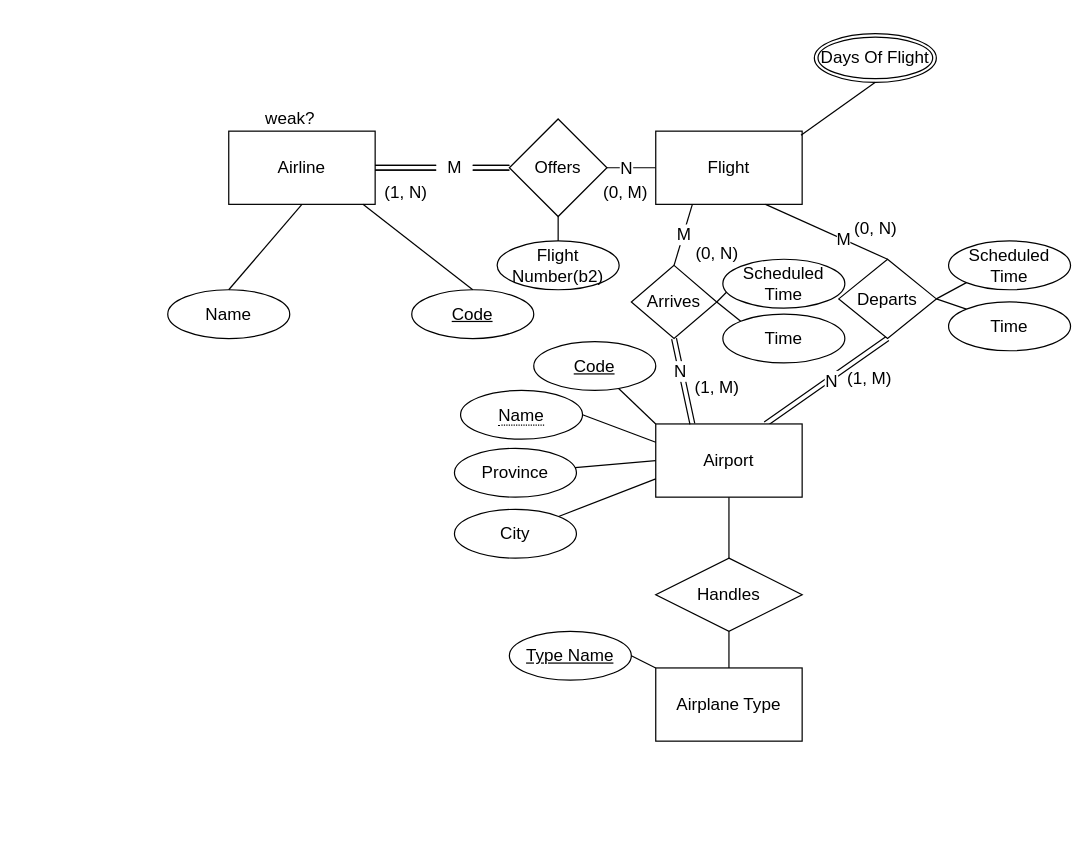
Before: diagrams/AirlineDatabase.drawio in danielGoldsteinCS2021/AirlineDatabase-ER-Diagram, a draw.io diagram. Source tidied: cells renumbered, new cells numbered last; positions are measured from the earlier drawing's top-left corner, leaving out a move shared by most shapes. Both pictures are drawn from the tidied source at 122%, with x=0, y=0 at pixel (167, 33).
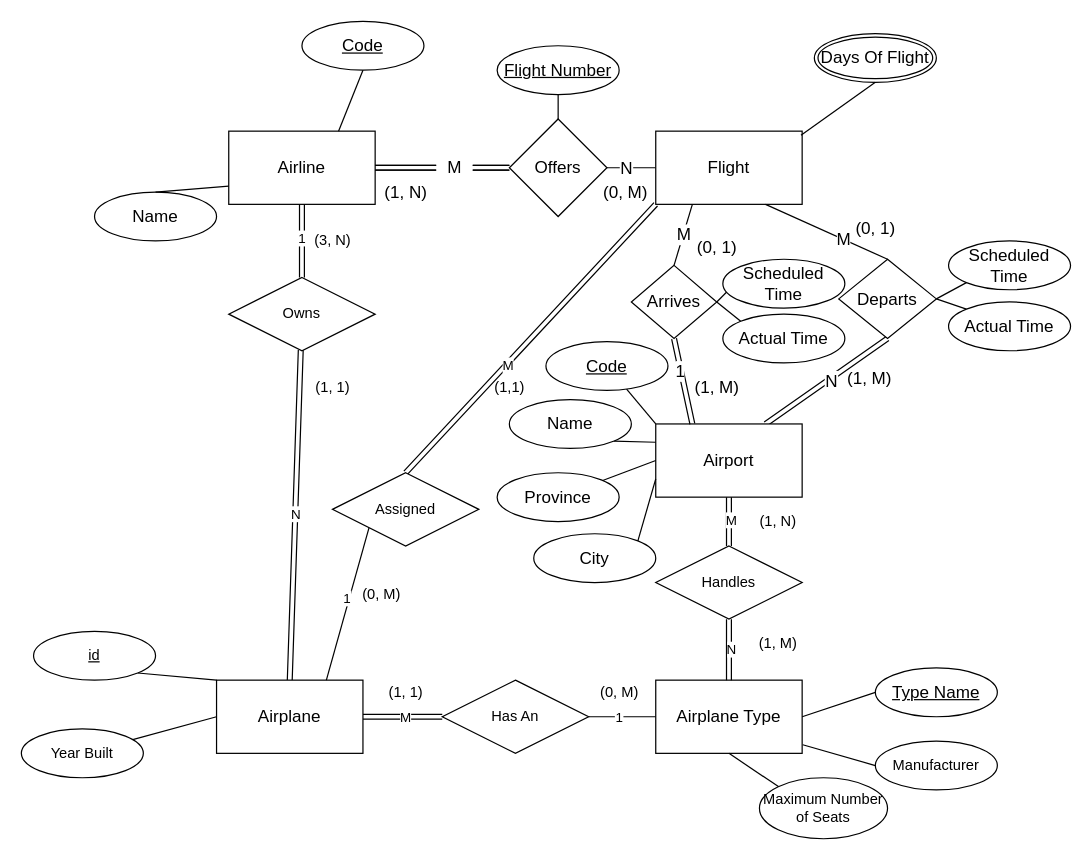
The same page after the edit.

The change refers to these unchanged cells:
```xml
<mxCell id="2" value="Airline" style="whiteSpace=wrap;html=1;align=center;fontSize=14;" parent="1" vertex="1">
  <mxGeometry x="50" y="80" width="120" height="60" as="geometry" />
</mxCell>
<mxCell id="9" value="&lt;div&gt;Offers&lt;/div&gt;" style="rhombus;whiteSpace=wrap;html=1;fontSize=14;" parent="1" vertex="1">
  <mxGeometry x="280" y="70" width="80" height="80" as="geometry" />
</mxCell>
<mxCell id="11" value="Flight" style="whiteSpace=wrap;html=1;align=center;fontSize=14;" parent="1" vertex="1">
  <mxGeometry x="400" y="80" width="120" height="60" as="geometry" />
</mxCell>
<mxCell id="36" value="Airport" style="whiteSpace=wrap;html=1;align=center;fontSize=14;" parent="1" vertex="1">
  <mxGeometry x="400" y="320" width="120" height="60" as="geometry" />
</mxCell>
<mxCell id="37" style="endArrow=none;html=1;rounded=0;fontSize=14;entryX=0.25;entryY=0;entryDx=0;entryDy=0;exitX=0.5;exitY=1;exitDx=0;exitDy=0;shape=link;" parent="1" edge="1" source="16" target="36">
  <mxGeometry relative="1" as="geometry" />
</mxCell>
```

What changed in the source:
```diff
@@
+    <mxCell id="60" style="edgeStyle=none;shape=link;rounded=0;jettySize=auto;html=1;" parent="1" edge="1" source="2" target="75">
+      <mxGeometry relative="1" as="geometry" />
+    </mxCell>
+    <mxCell id="61" value="1" style="edgeLabel;html=1;align=center;verticalAlign=middle;" parent="60" vertex="1">
+      <mxGeometry x="-0.09" y="-1" relative="1" as="geometry" />
+    </mxCell>
@@
     <mxCell id="3" value="&lt;div&gt;Name&lt;/div&gt;" style="ellipse;whiteSpace=wrap;html=1;align=center;fontSize=14;" parent="1" vertex="1">
-      <mxGeometry y="210" width="100" height="40" as="geometry" />
+      <mxGeometry x="-60" y="130" width="100" height="40" as="geometry" />
     </mxCell>
     <mxCell id="4" value="Code " style="ellipse;whiteSpace=wrap;html=1;align=center;fontStyle=4;fontSize=14;" parent="1" vertex="1">
-      <mxGeometry x="200" y="210" width="100" height="40" as="geometry" />
+      <mxGeometry x="110" y="-10" width="100" height="40" as="geometry" />
     </mxCell>
-    <mxCell id="5" style="endArrow=none;html=1;rounded=0;fontSize=14;entryX=0.5;entryY=0;entryDx=0;entryDy=0;" parent="1" edge="1" target="4">
-      <mxGeometry relative="1" as="geometry">
-        <mxPoint x="160" y="140" as="sourcePoint" />
-      </mxGeometry>
+    <mxCell id="5" style="endArrow=none;html=1;rounded=0;fontSize=14;entryX=0.5;entryY=1;entryDx=0;entryDy=0;exitX=0.75;exitY=0;exitDx=0;exitDy=0;" parent="1" edge="1" source="2" target="4">
+      <mxGeometry relative="1" as="geometry" />
     </mxCell>
-    <mxCell id="6" style="endArrow=none;html=1;rounded=0;fontSize=14;exitX=0.5;exitY=1;exitDx=0;exitDy=0;entryX=0.5;entryY=0;entryDx=0;entryDy=0;" parent="1" edge="1" source="2" target="3">
+    <mxCell id="6" style="endArrow=none;html=1;rounded=0;fontSize=14;exitX=0;exitY=0.75;exitDx=0;exitDy=0;entryX=0.5;entryY=0;entryDx=0;entryDy=0;" parent="1" edge="1" source="2" target="3">
       <mxGeometry relative="1" as="geometry" />
     </mxCell>
@@
+    <mxCell id="62" style="edgeStyle=none;shape=link;rounded=0;jettySize=auto;html=1;exitX=0;exitY=1;exitDx=0;exitDy=0;endArrow=none;endFill=0;entryX=0.5;entryY=0;entryDx=0;entryDy=0;" parent="1" edge="1" source="11" target="92">
+      <mxGeometry relative="1" as="geometry" />
+    </mxCell>
+    <mxCell id="63" value="M" style="edgeLabel;html=1;align=center;verticalAlign=middle;" parent="62" vertex="1">
+      <mxGeometry x="0.19" y="1" relative="1" as="geometry" />
+    </mxCell>
@@
     <mxCell id="20" value="Code" style="ellipse;whiteSpace=wrap;html=1;align=center;fontStyle=4;fontSize=14;" parent="1" vertex="1">
-      <mxGeometry x="300" y="252.5" width="100" height="40" as="geometry" />
+      <mxGeometry x="310" y="252.5" width="100" height="40" as="geometry" />
     </mxCell>
     <mxCell id="21" value="Province" style="ellipse;whiteSpace=wrap;html=1;align=center;fontSize=14;" parent="1" vertex="1">
-      <mxGeometry x="235" y="340" width="100" height="40" as="geometry" />
+      <mxGeometry x="270" y="360" width="100" height="40" as="geometry" />
     </mxCell>
@@
-    <mxCell id="28" style="endArrow=none;html=1;fontSize=14;" parent="1" edge="1">
-      <mxGeometry relative="1" as="geometry">
-        <mxPoint x="320" y="170" as="sourcePoint" />
-        <mxPoint x="320" y="150" as="targetPoint" />
-      </mxGeometry>
-    </mxCell>
+    <mxCell id="64" style="edgeStyle=none;rounded=0;jettySize=auto;html=1;endArrow=none;endFill=0;" parent="1" edge="1" source="29" target="9">
+      <mxGeometry relative="1" as="geometry" />
+    </mxCell>
-    <mxCell id="29" value="Flight Number(b2)" style="ellipse;whiteSpace=wrap;html=1;align=center;fontSize=14;" parent="1" vertex="1">
-      <mxGeometry x="270" y="170" width="100" height="40" as="geometry" />
+    <mxCell id="29" value="&lt;u&gt;Flight Number&lt;/u&gt;" style="ellipse;whiteSpace=wrap;html=1;align=center;fontSize=14;" parent="1" vertex="1">
+      <mxGeometry x="270" y="10" width="100" height="40" as="geometry" />
     </mxCell>
@@
-    <mxCell id="38" value="N" style="edgeLabel;html=1;align=center;verticalAlign=middle;fontSize=14;" parent="37" vertex="1">
+    <mxCell id="38" value="1" style="edgeLabel;html=1;align=center;verticalAlign=middle;fontSize=14;" parent="37" vertex="1">
       <mxGeometry x="-0.35" relative="1" as="geometry">
         <mxPoint y="3.9" as="offset" />
       </mxGeometry>
     </mxCell>
-    <mxCell id="39" value="weak?" style="text;html=1;align=center;verticalAlign=middle;fontSize=14;" parent="1" vertex="1">
-      <mxGeometry x="70" y="60" width="60" height="20" as="geometry" />
-    </mxCell>
-    <mxCell id="40" style="endArrow=none;html=1;rounded=0;fontSize=14;exitX=1;exitY=0.5;exitDx=0;exitDy=0;entryX=0;entryY=0.25;entryDx=0;entryDy=0;" parent="1" edge="1" source="46" target="36">
+    <mxCell id="40" style="endArrow=none;html=1;rounded=0;fontSize=14;exitX=1;exitY=1;exitDx=0;exitDy=0;entryX=0;entryY=0.25;entryDx=0;entryDy=0;" parent="1" edge="1" source="46" target="36">
       <mxGeometry relative="1" as="geometry" />
     </mxCell>
@@
-    <mxCell id="42" value="(0, N)" style="text;html=1;align=center;verticalAlign=middle;fontSize=14;" parent="1" vertex="1">
-      <mxGeometry x="425" y="170" width="50" height="20" as="geometry" />
+    <mxCell id="42" value="(0, 1)" style="text;html=1;align=center;verticalAlign=middle;fontSize=14;" parent="1" vertex="1">
+      <mxGeometry x="425" y="165" width="50" height="20" as="geometry" />
     </mxCell>
-    <mxCell id="43" value="(0, N)" style="text;html=1;align=center;verticalAlign=middle;fontSize=14;" parent="1" vertex="1">
+    <mxCell id="43" value="(0, 1)" style="text;html=1;align=center;verticalAlign=middle;fontSize=14;" parent="1" vertex="1">
       <mxGeometry x="555" y="150" width="50" height="20" as="geometry" />
     </mxCell>
@@
-    <mxCell id="46" value="&lt;span style=&quot;border-bottom: 1px dotted&quot;&gt;Name&lt;br&gt;&lt;/span&gt;" style="ellipse;whiteSpace=wrap;html=1;align=center;fontSize=14;" parent="1" vertex="1">
-      <mxGeometry x="240" y="292.5" width="100" height="40" as="geometry" />
-    </mxCell>
     <mxCell id="47" value="&lt;div&gt;City&lt;/div&gt;" style="ellipse;whiteSpace=wrap;html=1;align=center;fontSize=14;" parent="1" vertex="1">
-      <mxGeometry x="235" y="390" width="100" height="40" as="geometry" />
+      <mxGeometry x="300" y="410" width="100" height="40" as="geometry" />
     </mxCell>
@@
-    <mxCell id="50" value="Time" style="ellipse;whiteSpace=wrap;html=1;align=center;fontSize=14;" parent="1" vertex="1">
+    <mxCell id="50" value="Actual Time" style="ellipse;whiteSpace=wrap;html=1;align=center;fontSize=14;" parent="1" vertex="1">
       <mxGeometry x="455" y="230" width="100" height="40" as="geometry" />
     </mxCell>
@@
-    <mxCell id="53" value="Time" style="ellipse;whiteSpace=wrap;html=1;align=center;fontSize=14;" parent="1" vertex="1">
+    <mxCell id="53" value="Actual Time" style="ellipse;whiteSpace=wrap;html=1;align=center;fontSize=14;" parent="1" vertex="1">
       <mxGeometry x="640" y="220" width="100" height="40" as="geometry" />
     </mxCell>
-    <mxCell id="54" style="edgeStyle=none;rounded=0;jettySize=auto;html=1;endArrow=none;endFill=0;fontSize=14;" parent="1" edge="1" source="55" target="36">
-      <mxGeometry relative="1" as="geometry" />
-    </mxCell>
-    <mxCell id="55" value="Handles" style="shape=rhombus;perimeter=rhombusPerimeter;whiteSpace=wrap;html=1;align=center;fontSize=14;" parent="1" vertex="1">
-      <mxGeometry x="400" y="430" width="120" height="60" as="geometry" />
-    </mxCell>
-    <mxCell id="56" style="edgeStyle=none;rounded=0;jettySize=auto;html=1;endArrow=none;endFill=0;fontSize=14;" parent="1" edge="1" source="57" target="55">
-      <mxGeometry relative="1" as="geometry" />
-    </mxCell>
     <mxCell id="57" value="Airplane Type" style="whiteSpace=wrap;html=1;align=center;fontSize=14;" parent="1" vertex="1">
-      <mxGeometry x="400" y="520" width="120" height="60" as="geometry" />
+      <mxGeometry x="400" y="530" width="120" height="60" as="geometry" />
     </mxCell>
     <mxCell id="58" value="Type Name" style="ellipse;whiteSpace=wrap;html=1;align=center;fontStyle=4;fontSize=14;" parent="1" vertex="1">
-      <mxGeometry x="280" y="490" width="100" height="40" as="geometry" />
+      <mxGeometry x="580" y="520" width="100" height="40" as="geometry" />
     </mxCell>
-    <mxCell id="59" style="endArrow=none;html=1;rounded=0;fontSize=14;exitX=1;exitY=0.5;exitDx=0;exitDy=0;" parent="1" edge="1" source="58" target="57">
+    <mxCell id="59" style="endArrow=none;html=1;rounded=0;fontSize=14;exitX=0;exitY=0.5;exitDx=0;exitDy=0;entryX=1;entryY=0.5;entryDx=0;entryDy=0;" parent="1" edge="1" source="58" target="57">
       <mxGeometry relative="1" as="geometry" />
     </mxCell>
+    <mxCell id="65" value="Maximum Number of Seats" style="ellipse;whiteSpace=wrap;html=1;align=center;" parent="1" vertex="1">
+      <mxGeometry x="485" y="610" width="105" height="50" as="geometry" />
+    </mxCell>
+    <mxCell id="66" value="Manufacturer" style="ellipse;whiteSpace=wrap;html=1;align=center;" parent="1" vertex="1">
+      <mxGeometry x="580" y="580" width="100" height="40" as="geometry" />
+    </mxCell>
+    <mxCell id="67" style="endArrow=none;html=1;rounded=0;exitX=0;exitY=0.5;exitDx=0;exitDy=0;entryX=1.004;entryY=0.882;entryDx=0;entryDy=0;entryPerimeter=0;" parent="1" edge="1" source="66" target="57">
+      <mxGeometry relative="1" as="geometry" />
+    </mxCell>
+    <mxCell id="68" style="endArrow=none;html=1;rounded=0;exitX=0;exitY=0;exitDx=0;exitDy=0;entryX=0.5;entryY=1;entryDx=0;entryDy=0;" parent="1" edge="1" source="65" target="57">
+      <mxGeometry relative="1" as="geometry" />
+    </mxCell>
+    <mxCell id="55" value="Handles" style="shape=rhombus;perimeter=rhombusPerimeter;whiteSpace=wrap;html=1;align=center;" parent="1" vertex="1">
+      <mxGeometry x="400" y="420" width="120" height="60" as="geometry" />
+    </mxCell>
+    <mxCell id="56" style="endArrow=none;html=1;rounded=0;exitX=0.5;exitY=0;exitDx=0;exitDy=0;entryX=0.5;entryY=1;entryDx=0;entryDy=0;shape=link;" parent="1" edge="1" source="57" target="55">
+      <mxGeometry relative="1" as="geometry" />
+    </mxCell>
+    <mxCell id="69" value="N" style="edgeLabel;html=1;align=center;verticalAlign=middle;" parent="56" vertex="1">
+      <mxGeometry x="0.05" y="-1" relative="1" as="geometry" />
+    </mxCell>
+    <mxCell id="70" style="endArrow=none;html=1;rounded=0;exitX=0.5;exitY=1;exitDx=0;exitDy=0;entryX=0.5;entryY=0;entryDx=0;entryDy=0;shape=link;" parent="1" edge="1" source="36" target="55">
+      <mxGeometry relative="1" as="geometry" />
+    </mxCell>
+    <mxCell id="71" value="M" style="edgeLabel;html=1;align=center;verticalAlign=middle;" parent="70" vertex="1">
+      <mxGeometry x="-0.12" y="1" relative="1" as="geometry" />
+    </mxCell>
+    <mxCell id="72" value="(1, N)" style="text;html=1;align=center;verticalAlign=middle;" parent="1" vertex="1">
+      <mxGeometry x="475" y="390" width="50" height="20" as="geometry" />
+    </mxCell>
+    <mxCell id="73" value="(1, M)" style="text;html=1;align=center;verticalAlign=middle;" parent="1" vertex="1">
+      <mxGeometry x="475" y="490" width="50" height="20" as="geometry" />
+    </mxCell>
+    <mxCell id="74" value="N" style="edgeStyle=none;shape=link;rounded=0;jettySize=auto;html=1;entryX=0.5;entryY=0;entryDx=0;entryDy=0;" parent="1" edge="1" source="75" target="84">
+      <mxGeometry relative="1" as="geometry" />
+    </mxCell>
+    <mxCell id="75" value="&lt;div&gt;Owns&lt;/div&gt;" style="shape=rhombus;perimeter=rhombusPerimeter;whiteSpace=wrap;html=1;align=center;strokeColor=#000000;" parent="1" vertex="1">
+      <mxGeometry x="50" y="200" width="120" height="60" as="geometry" />
+    </mxCell>
+    <mxCell id="76" value="(3, N)" style="text;html=1;align=center;verticalAlign=middle;" parent="1" vertex="1">
+      <mxGeometry x="110" y="160" width="50" height="20" as="geometry" />
+    </mxCell>
+    <mxCell id="77" value="(1, 1)" style="text;html=1;align=center;verticalAlign=middle;" parent="1" vertex="1">
+      <mxGeometry x="115" y="280" width="40" height="20" as="geometry" />
+    </mxCell>
+    <mxCell id="78" style="edgeStyle=none;rounded=0;jettySize=auto;html=1;exitX=1;exitY=1;exitDx=0;exitDy=0;entryX=0;entryY=0;entryDx=0;entryDy=0;endArrow=none;endFill=0;" parent="1" edge="1" source="79" target="84">
+      <mxGeometry relative="1" as="geometry" />
+    </mxCell>
+    <mxCell id="79" value="id" style="ellipse;whiteSpace=wrap;html=1;align=center;fontStyle=4;strokeColor=#000000;" parent="1" vertex="1">
+      <mxGeometry x="-110" y="490" width="100" height="40" as="geometry" />
+    </mxCell>
+    <mxCell id="80" style="edgeStyle=none;rounded=0;jettySize=auto;html=1;endArrow=none;endFill=0;entryX=0;entryY=0.5;entryDx=0;entryDy=0;" parent="1" edge="1" source="81" target="84">
+      <mxGeometry relative="1" as="geometry" />
+    </mxCell>
+    <mxCell id="81" value="Year Built" style="ellipse;whiteSpace=wrap;html=1;align=center;strokeColor=#000000;" parent="1" vertex="1">
+      <mxGeometry x="-120" y="570" width="100" height="40" as="geometry" />
+    </mxCell>
+    <mxCell id="82" style="edgeStyle=none;rounded=0;jettySize=auto;html=1;endArrow=none;endFill=0;shape=link;" parent="1" edge="1" source="84" target="87">
+      <mxGeometry relative="1" as="geometry" />
+    </mxCell>
+    <mxCell id="83" value="M" style="edgeLabel;html=1;align=center;verticalAlign=middle;" parent="82" vertex="1">
+      <mxGeometry x="0.07" y="-4" relative="1" as="geometry">
+        <mxPoint x="-0.2" y="-4" as="offset" />
+      </mxGeometry>
+    </mxCell>
+    <mxCell id="84" value="Airplane" style="whiteSpace=wrap;html=1;align=center;fontSize=14;" parent="1" vertex="1">
+      <mxGeometry x="40" y="530" width="120" height="60" as="geometry" />
+    </mxCell>
+    <mxCell id="85" style="edgeStyle=none;rounded=0;jettySize=auto;html=1;endArrow=none;endFill=0;" parent="1" edge="1" source="87" target="57">
+      <mxGeometry relative="1" as="geometry" />
+    </mxCell>
+    <mxCell id="86" value="1" style="edgeLabel;html=1;align=center;verticalAlign=middle;" parent="85" vertex="1">
+      <mxGeometry x="-0.11" relative="1" as="geometry" />
+    </mxCell>
+    <mxCell id="87" value="Has An" style="shape=rhombus;perimeter=rhombusPerimeter;whiteSpace=wrap;html=1;align=center;strokeColor=#000000;" parent="1" vertex="1">
+      <mxGeometry x="225" y="530" width="120" height="60" as="geometry" />
+    </mxCell>
+    <mxCell id="88" value="(1, 1)" style="text;html=1;align=center;verticalAlign=middle;" parent="1" vertex="1">
+      <mxGeometry x="175" y="530" width="40" height="20" as="geometry" />
+    </mxCell>
+    <mxCell id="89" value="(0, M)" style="text;html=1;align=center;verticalAlign=middle;" parent="1" vertex="1">
+      <mxGeometry x="345" y="530" width="50" height="20" as="geometry" />
+    </mxCell>
+    <mxCell id="90" style="edgeStyle=none;rounded=0;jettySize=auto;html=1;exitX=0;exitY=1;exitDx=0;exitDy=0;entryX=0.75;entryY=0;entryDx=0;entryDy=0;endArrow=none;endFill=0;" parent="1" edge="1" source="92" target="84">
+      <mxGeometry relative="1" as="geometry" />
+    </mxCell>
+    <mxCell id="91" value="1" style="edgeLabel;html=1;align=center;verticalAlign=middle;" parent="90" vertex="1">
+      <mxGeometry x="-0.08" y="-2" relative="1" as="geometry" />
+    </mxCell>
+    <mxCell id="92" value="Assigned" style="shape=rhombus;perimeter=rhombusPerimeter;whiteSpace=wrap;html=1;align=center;strokeColor=#000000;" parent="1" vertex="1">
+      <mxGeometry x="135" y="360" width="120" height="60" as="geometry" />
+    </mxCell>
+    <mxCell id="93" value="(1,1)" style="text;html=1;align=center;verticalAlign=middle;" parent="1" vertex="1">
+      <mxGeometry x="260" y="280" width="40" height="20" as="geometry" />
+    </mxCell>
+    <mxCell id="94" value="(0, M)" style="text;html=1;align=center;verticalAlign=middle;" parent="1" vertex="1">
+      <mxGeometry x="150" y="450" width="50" height="20" as="geometry" />
+    </mxCell>
+    <mxCell id="46" value="Name" style="ellipse;whiteSpace=wrap;html=1;align=center;fontSize=14;" parent="1" vertex="1">
+      <mxGeometry x="280" y="300" width="100" height="40" as="geometry" />
+    </mxCell>
```
